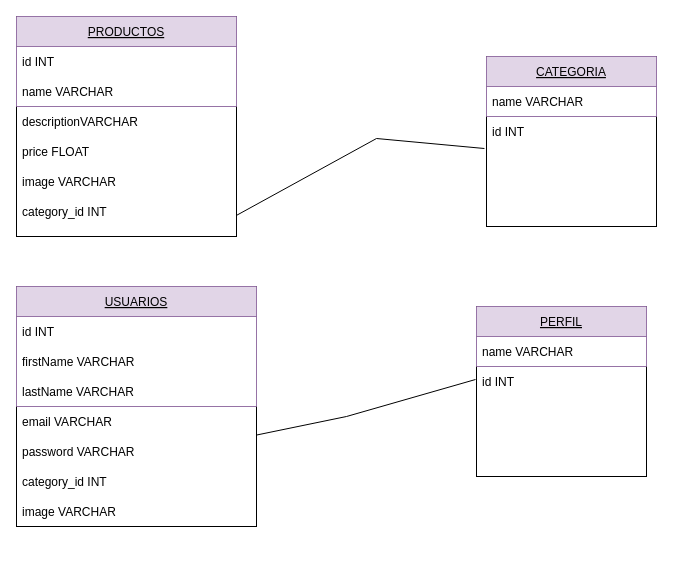
The draw.io diagram diagrama de base de datos.drawio in Torvic1266/Totaltoysequipo5, before the edit. Source tidied: cells renumbered, new cells numbered last; positions are measured from the earlier drawing's top-left corner, leaving out a move shared by most shapes. Both pictures are drawn from the tidied source at 100%, with x=0, y=0 at pixel (16, 16).
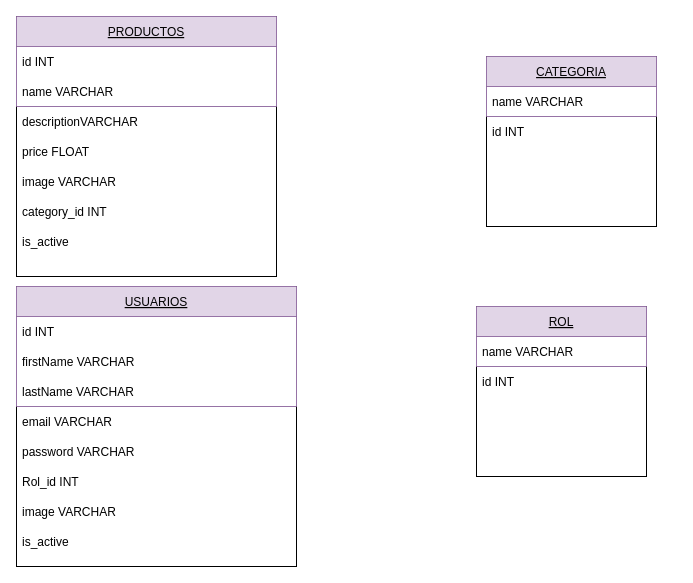
The same page after the edit.

Commit message (it also covers changes not shown here):
modelos y diagrama

The change refers to these unchanged cells:
```xml
<mxCell id="22" value="id INT" style="text;strokeColor=none;fillColor=none;align=left;verticalAlign=middle;spacingLeft=4;spacingRight=4;overflow=hidden;points=[[0,0.5],[1,0.5]];portConstraint=eastwest;" parent="1" vertex="1">
  <mxGeometry x="470" y="100" width="190" height="30" as="geometry" />
</mxCell>
```

What changed in the source:
```diff
@@
     <mxCell id="2" style="whiteSpace=wrap;html=1;" parent="1" vertex="1">
-      <mxGeometry width="220" height="220" as="geometry" />
+      <mxGeometry width="260" height="260" as="geometry" />
     </mxCell>
@@
     <mxCell id="4" value="PRODUCTOS" style="swimlane;fontStyle=4;horizontal=1;startSize=30;fillColor=#e1d5e7;strokeColor=#9673a6;" parent="1" vertex="1">
-      <mxGeometry width="220" height="90" as="geometry" />
+      <mxGeometry width="260" height="90" as="geometry" />
     </mxCell>
     <mxCell id="5" value="id INT" style="text;strokeColor=none;fillColor=none;align=left;verticalAlign=middle;spacingLeft=4;spacingRight=4;overflow=hidden;" parent="4" vertex="1">
-      <mxGeometry y="30" width="220" height="30" as="geometry" />
+      <mxGeometry y="30" width="260" height="30" as="geometry" />
     </mxCell>
     <mxCell id="6" value="name VARCHAR" style="text;strokeColor=none;fillColor=none;align=left;verticalAlign=middle;spacingLeft=4;spacingRight=4;overflow=hidden;" parent="4" vertex="1">
-      <mxGeometry y="60" width="220" height="30" as="geometry" />
+      <mxGeometry y="60" width="260" height="30" as="geometry" />
     </mxCell>
@@
     <mxCell id="11" style="whiteSpace=wrap;html=1;" parent="1" vertex="1">
-      <mxGeometry y="270" width="240" height="240" as="geometry" />
+      <mxGeometry y="270" width="280" height="280" as="geometry" />
     </mxCell>
     <mxCell id="12" value="USUARIOS" style="swimlane;fontStyle=4;horizontal=1;startSize=30;fillColor=#e1d5e7;strokeColor=#9673a6;" parent="1" vertex="1">
-      <mxGeometry y="270" width="240" height="120" as="geometry" />
+      <mxGeometry y="270" width="280" height="120" as="geometry" />
     </mxCell>
     <mxCell id="13" value="id INT" style="text;strokeColor=none;fillColor=none;align=left;verticalAlign=middle;spacingLeft=4;spacingRight=4;overflow=hidden;" parent="12" vertex="1">
-      <mxGeometry y="30" width="240" height="30" as="geometry" />
+      <mxGeometry y="30" width="280" height="30" as="geometry" />
     </mxCell>
     <mxCell id="14" value="firstName VARCHAR" style="text;strokeColor=none;fillColor=none;align=left;verticalAlign=middle;spacingLeft=4;spacingRight=4;overflow=hidden;" parent="12" vertex="1">
-      <mxGeometry y="60" width="240" height="30" as="geometry" />
+      <mxGeometry y="60" width="280" height="30" as="geometry" />
     </mxCell>
     <mxCell id="15" value="lastName VARCHAR" style="text;strokeColor=none;fillColor=none;align=left;verticalAlign=middle;spacingLeft=4;spacingRight=4;overflow=hidden;" parent="12" vertex="1">
-      <mxGeometry y="90" width="240" height="30" as="geometry" />
+      <mxGeometry y="90" width="280" height="30" as="geometry" />
     </mxCell>
@@
-    <mxCell id="18" value="category_id INT" style="text;strokeColor=none;fillColor=none;align=left;verticalAlign=middle;spacingLeft=4;spacingRight=4;overflow=hidden;" parent="1" vertex="1">
+    <mxCell id="18" value="Rol_id INT" style="text;strokeColor=none;fillColor=none;align=left;verticalAlign=middle;spacingLeft=4;spacingRight=4;overflow=hidden;" parent="1" vertex="1">
       <mxGeometry y="450" width="190" height="30" as="geometry" />
     </mxCell>
@@
-    <mxCell id="21" style="endArrow=none;html=1;rounded=0;exitX=1;exitY=0.904;exitDx=0;exitDy=0;exitPerimeter=0;entryX=-0.011;entryY=1.067;entryDx=0;entryDy=0;entryPerimeter=0;" parent="1" edge="1" source="2" target="22">
-      <mxGeometry relative="1" as="geometry">
-        <Array as="points">
-          <mxPoint x="360" y="122" />
-        </Array>
-      </mxGeometry>
-    </mxCell>
@@
-    <mxCell id="23" style="endArrow=none;html=1;rounded=0;exitX=1;exitY=0.619;exitDx=0;exitDy=0;exitPerimeter=0;entryX=-0.005;entryY=0.767;entryDx=0;entryDy=0;entryPerimeter=0;" parent="1" edge="1" source="11">
-      <mxGeometry relative="1" as="geometry">
-        <mxPoint x="459" y="363" as="targetPoint" />
-        <Array as="points">
-          <mxPoint x="330" y="400" />
-        </Array>
-      </mxGeometry>
-    </mxCell>
@@
-    <mxCell id="25" value="PERFIL" style="swimlane;fontStyle=4;horizontal=1;startSize=30;fillColor=#e1d5e7;strokeColor=#9673a6;" parent="1" vertex="1">
+    <mxCell id="25" value="ROL" style="swimlane;fontStyle=4;horizontal=1;startSize=30;fillColor=#e1d5e7;strokeColor=#9673a6;" parent="1" vertex="1">
       <mxGeometry x="460" y="290" width="170" height="60" as="geometry" />
     </mxCell>
@@
+    <mxCell id="29" value="is_active" style="text;strokeColor=none;fillColor=none;align=left;verticalAlign=middle;spacingLeft=4;spacingRight=4;overflow=hidden;" parent="1" vertex="1">
+      <mxGeometry y="210" width="190" height="30" as="geometry" />
+    </mxCell>
+    <mxCell id="30" value="is_active" style="text;strokeColor=none;fillColor=none;align=left;verticalAlign=middle;spacingLeft=4;spacingRight=4;overflow=hidden;" parent="1" vertex="1">
+      <mxGeometry y="510" width="190" height="30" as="geometry" />
+    </mxCell>
```
